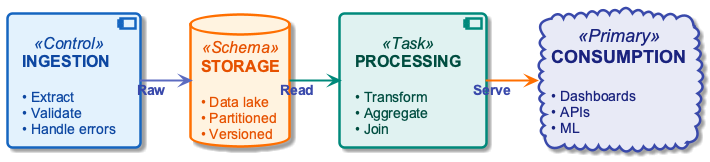
OrPerets/data-engineering-course keeps this PlantUML diagram as diagrams/week01/week1_lifecycle_phases.png. Above is the earlier version.
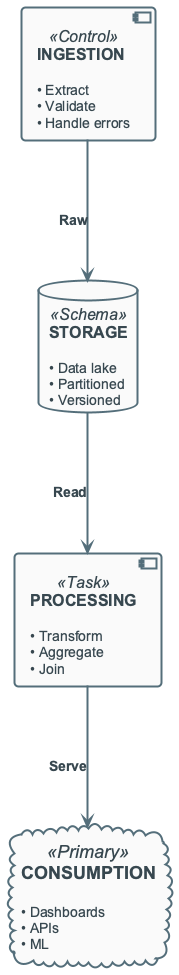
The same diagram one commit later.

What changed in the source:
```diff
@@ -1,7 +1,6 @@
 @startuml
 !include ../_template_styles.puml
 left to right direction
-
 component "**INGESTION**\n\n<size:14>• Extract</size>\n<size:14>• Validate</size>\n<size:14>• Handle errors</size>" as I <<Control>>
 
 database "**STORAGE**\n\n<size:14>• Data lake</size>\n<size:14>• Partitioned</size>\n<size:14>• Versioned</size>" as S <<Schema>>
@@ -10,8 +9,8 @@
 
 cloud "**CONSUMPTION**\n\n<size:14>• Dashboards</size>\n<size:14>• APIs</size>\n<size:14>• ML</size>" as C <<Primary>>
 
-I -[#5C6BC0,thickness=2]-> S : <color:#3949AB>**Raw**</color>
-S -[#00897B,thickness=2]-> P : <color:#3949AB>**Read**</color>
-P -[#FF6F00,thickness=2]-> C : <color:#3949AB>**Serve**</color>
+I -> S : **Raw**
+S -> P : **Read**
+P -> C : **Serve**
 
 @enduml
```
